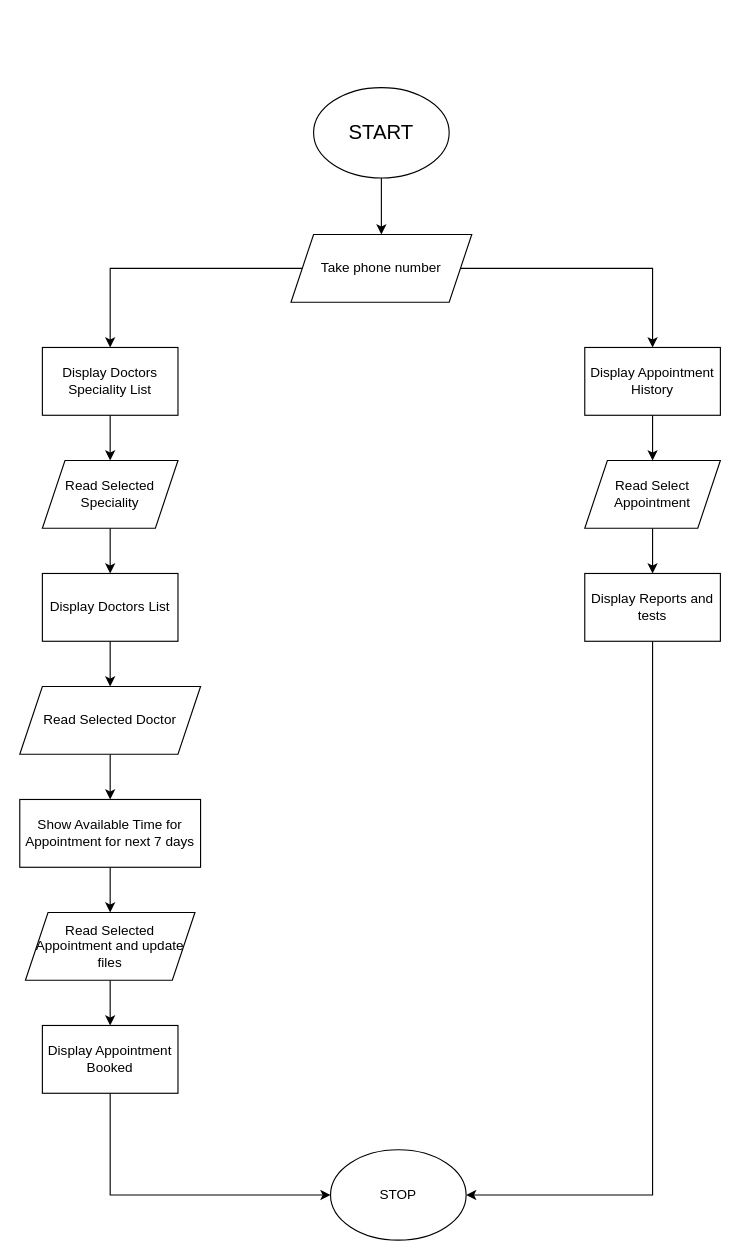
Above: Flowchart.dio in OutdatedGuy/Sem-4-Mini-Project (draw.io), before the change. Source tidied: cells renumbered, new cells numbered last; positions are measured from the earlier drawing's top-left corner, leaving out a move shared by most shapes. Both pictures are drawn from the tidied source at 113%, with x=0, y=0 at pixel (19, 87).
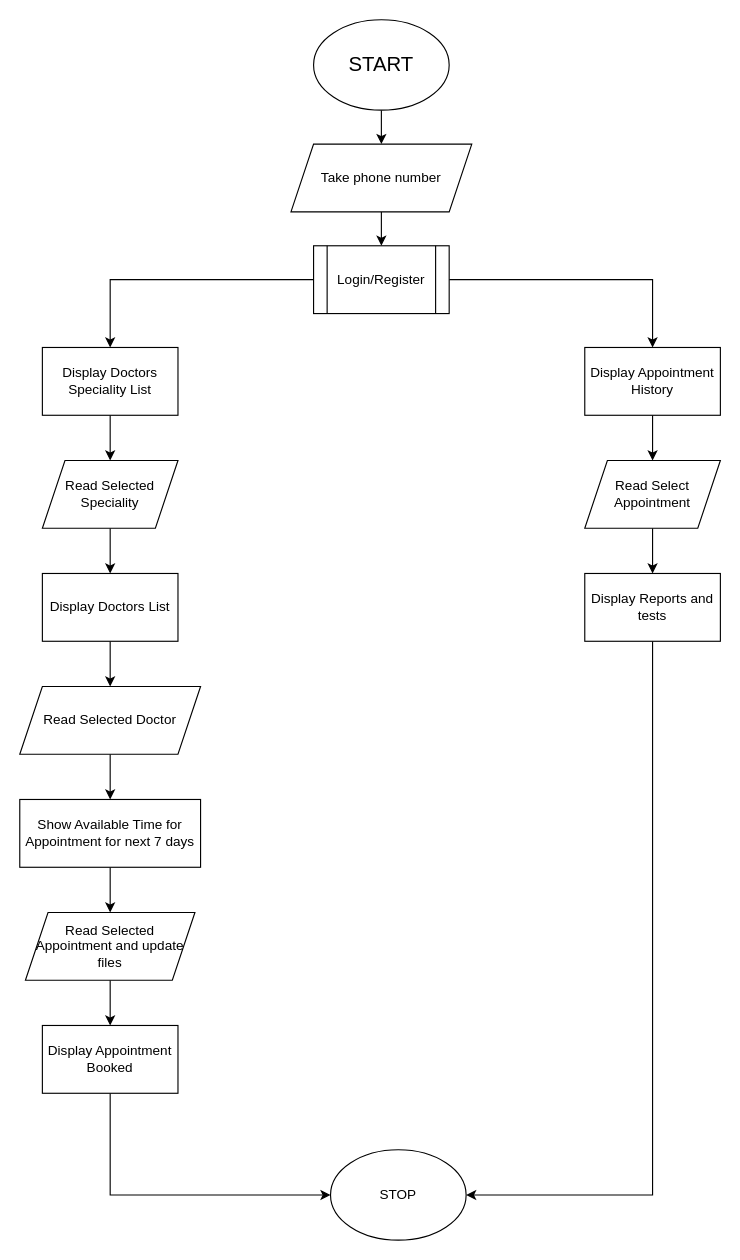
After the change.

Commit message:
Adding Login/Register Step

The change refers to these unchanged cells:
```xml
<mxCell id="8" value="Display Doctors Speciality List" style="rounded=0;whiteSpace=wrap;html=1;" parent="1" vertex="1">
  <mxGeometry x="20" y="230" width="120" height="60" as="geometry" />
</mxCell>
<mxCell id="10" value="Display Appointment History" style="rounded=0;whiteSpace=wrap;html=1;" parent="1" vertex="1">
  <mxGeometry x="500" y="230" width="120" height="60" as="geometry" />
</mxCell>
```

What changed in the source:
```diff
@@
     <mxCell id="3" value="&lt;font style=&quot;font-size: 18px&quot;&gt;START&lt;/font&gt;" style="ellipse;whiteSpace=wrap;html=1;" parent="1" vertex="1">
-      <mxGeometry x="260" width="120" height="80" as="geometry" />
+      <mxGeometry x="260" y="-60" width="120" height="80" as="geometry" />
     </mxCell>
-    <mxCell id="4" style="edgeStyle=orthogonalEdgeStyle;rounded=0;jettySize=auto;html=1;exitX=0;exitY=0.5;exitDx=0;exitDy=0;entryX=0.5;entryY=0;entryDx=0;entryDy=0;" parent="1" edge="1" source="6" target="8">
+    <mxCell id="4" style="edgeStyle=orthogonalEdgeStyle;rounded=0;jettySize=auto;html=1;exitX=0;exitY=0.5;exitDx=0;exitDy=0;entryX=0.5;entryY=0;entryDx=0;entryDy=0;" parent="1" edge="1" source="29" target="8">
       <mxGeometry relative="1" as="geometry" />
     </mxCell>
-    <mxCell id="5" style="edgeStyle=orthogonalEdgeStyle;rounded=0;jettySize=auto;html=1;exitX=1;exitY=0.5;exitDx=0;exitDy=0;entryX=0.5;entryY=0;entryDx=0;entryDy=0;" parent="1" edge="1" source="6" target="10">
+    <mxCell id="5" style="edgeStyle=orthogonalEdgeStyle;rounded=0;jettySize=auto;html=1;exitX=1;exitY=0.5;exitDx=0;exitDy=0;entryX=0.5;entryY=0;entryDx=0;entryDy=0;" parent="1" edge="1" source="29" target="10">
       <mxGeometry relative="1" as="geometry" />
     </mxCell>
+    <mxCell id="28" style="edgeStyle=orthogonalEdgeStyle;rounded=0;jettySize=auto;html=1;exitX=0.5;exitY=1;exitDx=0;exitDy=0;entryX=0.5;entryY=0;entryDx=0;entryDy=0;" parent="1" edge="1" source="6" target="29">
+      <mxGeometry relative="1" as="geometry" />
+    </mxCell>
     <mxCell id="6" value="&lt;span&gt;Take phone number&lt;/span&gt;" style="shape=parallelogram;perimeter=parallelogramPerimeter;whiteSpace=wrap;html=1;fixedSize=1;rounded=0;" parent="1" vertex="1">
-      <mxGeometry x="240" y="130" width="160" height="60" as="geometry" />
+      <mxGeometry x="240" y="50" width="160" height="60" as="geometry" />
     </mxCell>
@@
+    <mxCell id="29" value="Login/Register" style="shape=process;whiteSpace=wrap;html=1;backgroundOutline=1;" parent="1" vertex="1">
+      <mxGeometry x="260" y="140" width="120" height="60" as="geometry" />
+    </mxCell>
```
